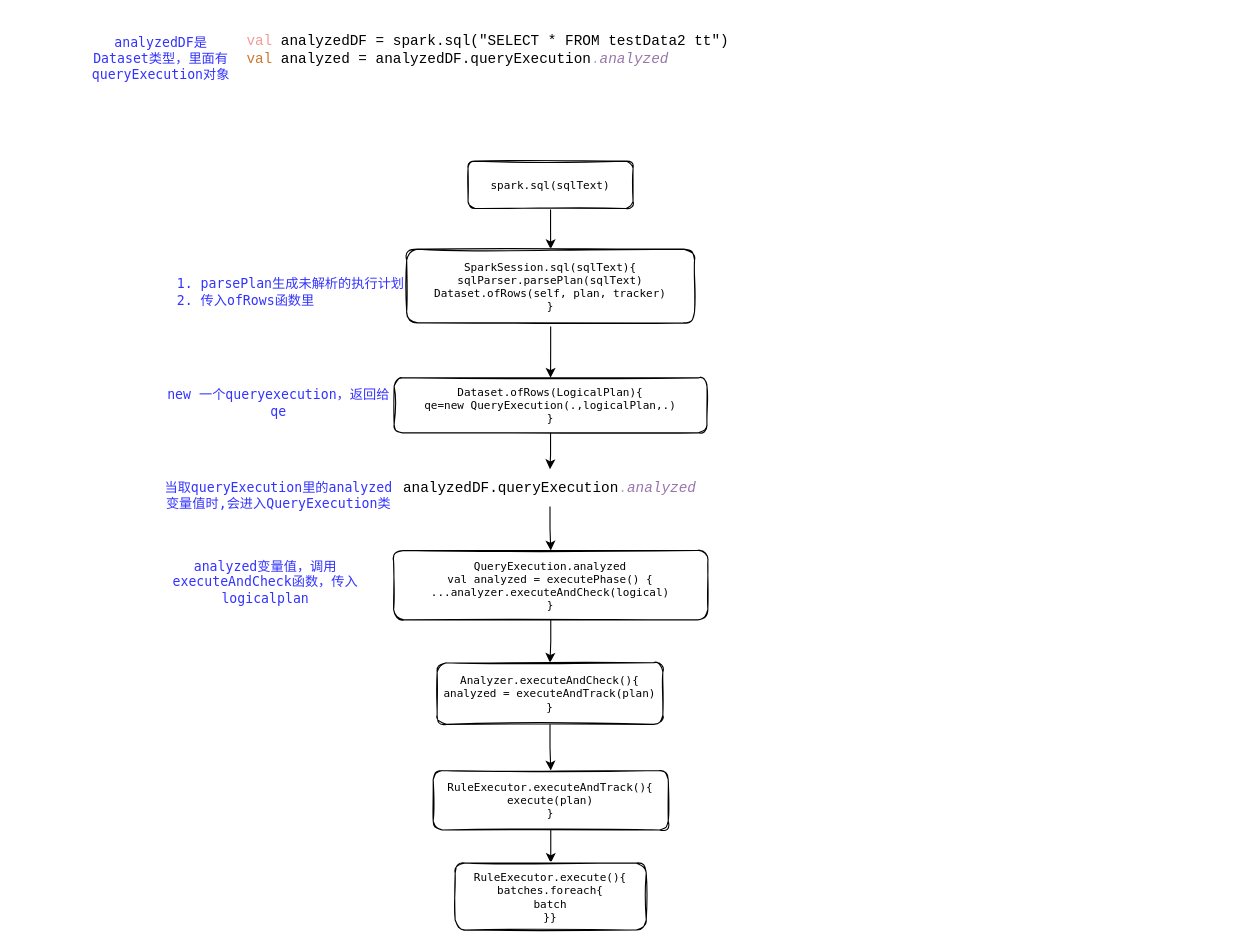
Before: analyzed_logical_plan/analyzed_queryexecution.drawio in kirito1015/spark_source.sql, a draw.io diagram. Source tidied: cells renumbered, new cells numbered last; positions are measured from the earlier drawing's top-left corner, leaving out a move shared by most shapes. Both pictures are drawn from the tidied source at 110%, with x=0, y=0 at pixel (90, 24).
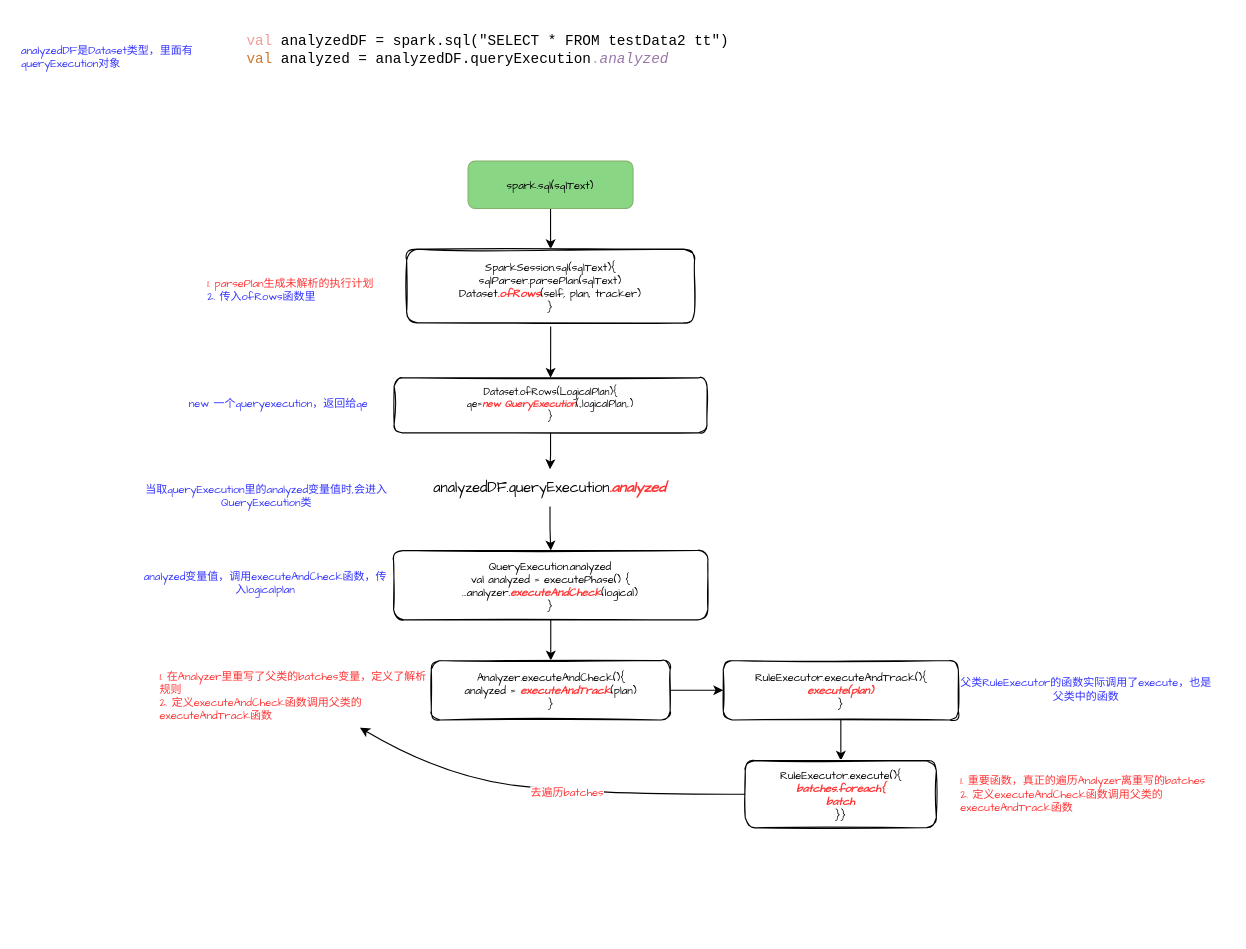
Above is the later version.

Change to the diagram source:
```diff
@@
-    <mxCell id="3" style="edgeStyle=orthogonalEdgeStyle;rounded=0;jettySize=auto;html=1;fontFamily=Helvetica;fontSize=12;fontColor=default;" parent="1" edge="1" source="4" target="6">
+    <mxCell id="3" style="edgeStyle=orthogonalEdgeStyle;rounded=0;jettySize=auto;html=1;fontFamily=Comic Sans MS;fontSize=12;fontColor=default;" parent="1" edge="1" source="4" target="6">
       <mxGeometry relative="1" as="geometry" />
     </mxCell>
-    <mxCell id="4" value="spark.sql(sqlText)" style="rounded=1;sketch=1;glass=0;shadow=0;fontColor=default;labelBackgroundColor=none;fontFamily=jetbrains mono&quot;, monospace;fontSize=10;html=1;whiteSpace=wrap;" parent="1" vertex="1">
+    <mxCell id="4" value="spark.sql(sqlText)" style="rounded=1;sketch=0;glass=0;shadow=0;labelBackgroundColor=none;fontFamily=Comic Sans MS;fontSize=10;html=1;whiteSpace=wrap;fillColor=#89D685;strokeColor=#82b366;" parent="1" vertex="1">
       <mxGeometry x="343" y="124" width="150" height="43" as="geometry" />
     </mxCell>
-    <mxCell id="5" style="edgeStyle=orthogonalEdgeStyle;rounded=0;jettySize=auto;html=1;fontFamily=jetbrains mono&quot;, monospace;fontSize=12;fontColor=default;" parent="1" edge="1" source="6" target="8">
+    <mxCell id="5" style="edgeStyle=orthogonalEdgeStyle;rounded=0;jettySize=auto;html=1;fontFamily=Comic Sans MS;fontSize=12;fontColor=default;" parent="1" edge="1" source="6" target="8">
       <mxGeometry relative="1" as="geometry" />
     </mxCell>
-    <mxCell id="6" value="SparkSession.sql(sqlText){&lt;br&gt;sqlParser.parsePlan(sqlText)&lt;br&gt;Dataset.ofRows(self, plan, tracker)&lt;br&gt;}" style="rounded=1;sketch=1;glass=0;shadow=0;fontFamily=jetbrains mono&quot;, monospace;fontSize=10;spacing=0;verticalAlign=middle;fontColor=default;labelBackgroundColor=none;html=1;whiteSpace=wrap;" parent="1" vertex="1">
+    <mxCell id="6" value="SparkSession.sql(sqlText){&lt;br&gt;sqlParser.parsePlan(sqlText)&lt;br&gt;Dataset&lt;font color=&quot;#ff3333&quot;&gt;&lt;i&gt;&lt;b&gt;.ofRows&lt;/b&gt;&lt;/i&gt;&lt;/font&gt;(self, plan, tracker)&lt;br&gt;}" style="rounded=1;sketch=1;glass=0;shadow=0;fontFamily=Comic Sans MS;fontSize=10;spacing=0;verticalAlign=middle;fontColor=default;labelBackgroundColor=none;html=1;whiteSpace=wrap;" parent="1" vertex="1">
       <mxGeometry x="287.2" y="204" width="261.7" height="67" as="geometry" />
     </mxCell>
-    <mxCell id="7" style="edgeStyle=orthogonalEdgeStyle;rounded=0;jettySize=auto;html=1;fontFamily=jetbrains mono&quot;, monospace;fontSize=12;fontColor=#3333FF;" parent="1" edge="1" source="8" target="13">
+    <mxCell id="7" style="edgeStyle=orthogonalEdgeStyle;rounded=0;jettySize=auto;html=1;fontFamily=Comic Sans MS;fontSize=12;fontColor=#3333FF;" parent="1" edge="1" source="8" target="13">
       <mxGeometry relative="1" as="geometry" />
     </mxCell>
-    <mxCell id="8" value="Dataset.ofRows(LogicalPlan){&lt;br&gt;qe=new QueryExecution(.,logicalPlan,.)&lt;br&gt;}" style="rounded=1;sketch=1;glass=0;shadow=0;fontFamily=jetbrains mono&quot;, monospace;fontSize=10;spacing=0;verticalAlign=middle;fontColor=default;labelBackgroundColor=none;html=1;whiteSpace=wrap;" parent="1" vertex="1">
+    <mxCell id="8" value="Dataset.ofRows(LogicalPlan){&lt;br style=&quot;font-size: 9px;&quot;&gt;qe=&lt;font color=&quot;#ff3333&quot; style=&quot;font-size: 9px;&quot;&gt;&lt;b style=&quot;font-size: 9px;&quot;&gt;&lt;i style=&quot;font-size: 9px;&quot;&gt;new QueryExecution&lt;/i&gt;&lt;/b&gt;&lt;/font&gt;(.,logicalPlan,.)&lt;br style=&quot;font-size: 9px;&quot;&gt;}" style="rounded=1;sketch=1;glass=0;shadow=0;fontFamily=Comic Sans MS;fontSize=9;spacing=0;verticalAlign=middle;fontColor=default;labelBackgroundColor=none;html=1;whiteSpace=wrap;" parent="1" vertex="1">
       <mxGeometry x="275.8" y="321" width="284.4" height="50" as="geometry" />
     </mxCell>
-    <mxCell id="9" value="analyzedDF是Dataset类型，里面有queryExecution对象" style="text;html=1;strokeColor=none;fillColor=none;align=center;verticalAlign=middle;whiteSpace=wrap;rounded=0;shadow=0;glass=0;labelBackgroundColor=none;sketch=1;fontFamily=jetbrains mono&quot;, monospace;fontSize=12;fontColor=#3333FF;" parent="1" vertex="1">
-      <mxGeometry width="128" height="61" as="geometry" />
+    <mxCell id="9" value="analyzedDF是Dataset类型，里面有queryExecution对象&lt;font color=&quot;#ff3333&quot; style=&quot;font-size: 10px&quot;&gt;&lt;br&gt;&lt;/font&gt;" style="text;html=1;strokeColor=none;fillColor=none;align=left;verticalAlign=middle;whiteSpace=wrap;rounded=0;shadow=0;glass=0;labelBackgroundColor=none;sketch=1;fontFamily=Comic Sans MS;fontSize=10;fontColor=#3333FF;" parent="1" vertex="1">
+      <mxGeometry x="-65" y="8" width="205" height="42" as="geometry" />
     </mxCell>
-    <mxCell id="10" value="1. parsePlan生成未解析的执行计划&lt;br&gt;&lt;div style=&quot;text-align: left&quot;&gt;&lt;span style=&quot;font-family: , &amp;#34;blinkmacsystemfont&amp;#34; , &amp;#34;segoe ui variable&amp;#34; , &amp;#34;segoe ui&amp;#34; , , , &amp;#34;helvetica&amp;#34; , &amp;#34;arial&amp;#34; , sans-serif , &amp;#34;apple color emoji&amp;#34; , &amp;#34;segoe ui emoji&amp;#34;&quot;&gt;2. 传入ofRows函数里&lt;/span&gt;&lt;/div&gt;" style="text;html=1;strokeColor=none;fillColor=none;align=center;verticalAlign=middle;whiteSpace=wrap;rounded=0;shadow=0;glass=0;labelBackgroundColor=none;sketch=1;fontFamily=jetbrains mono&quot;, monospace;fontSize=12;fontColor=#3333FF;" parent="1" vertex="1">
-      <mxGeometry x="77.2" y="212" width="210" height="61" as="geometry" />
+    <mxCell id="10" value="&lt;font color=&quot;#ff3333&quot; style=&quot;font-size: 10px;&quot;&gt;1. parsePlan生成未解析的执行计划&lt;/font&gt;&lt;br style=&quot;font-size: 10px;&quot;&gt;&lt;div style=&quot;text-align: left; font-size: 10px;&quot;&gt;&lt;span style=&quot;font-size: 10px;&quot;&gt;2. 传入ofRows函数里&lt;/span&gt;&lt;/div&gt;" style="text;html=1;strokeColor=none;fillColor=none;align=center;verticalAlign=middle;whiteSpace=wrap;rounded=0;shadow=0;glass=0;labelBackgroundColor=none;sketch=1;fontFamily=Comic Sans MS;fontSize=10;fontColor=#3333FF;" parent="1" vertex="1">
+      <mxGeometry x="77.2" y="210" width="210" height="61" as="geometry" />
     </mxCell>
-    <mxCell id="11" value="new 一个queryexecution，返回给qe" style="text;html=1;strokeColor=none;fillColor=none;align=center;verticalAlign=middle;whiteSpace=wrap;rounded=0;shadow=0;glass=0;labelBackgroundColor=none;sketch=1;fontFamily=jetbrains mono&quot;, monospace;fontSize=12;fontColor=#3333FF;" parent="1" vertex="1">
+    <mxCell id="11" value="new 一个queryexecution，返回给qe" style="text;html=1;strokeColor=none;fillColor=none;align=center;verticalAlign=middle;whiteSpace=wrap;rounded=0;shadow=0;glass=0;labelBackgroundColor=none;sketch=1;fontFamily=Comic Sans MS;fontSize=10;fontColor=#3333FF;" parent="1" vertex="1">
       <mxGeometry x="65.8" y="313" width="210" height="61" as="geometry" />
     </mxCell>
-    <mxCell id="12" style="edgeStyle=orthogonalEdgeStyle;rounded=0;jettySize=auto;html=1;fontFamily=jetbrains mono&quot;, monospace;fontSize=12;fontColor=#3333FF;" parent="1" edge="1" source="13" target="16">
+    <mxCell id="12" style="edgeStyle=orthogonalEdgeStyle;rounded=0;jettySize=auto;html=1;fontFamily=Comic Sans MS;fontSize=12;fontColor=#3333FF;" parent="1" edge="1" source="13" target="16">
       <mxGeometry relative="1" as="geometry" />
     </mxCell>
-    <mxCell id="13" value="&lt;pre style=&quot;color: rgb(0 , 0 , 0) ; text-align: left ; font-size: 9.8pt&quot;&gt;analyzedDF.queryExecution&lt;span style=&quot;color: rgb(169 , 183 , 198)&quot;&gt;.&lt;span style=&quot;color: rgb(152 , 118 , 170) ; font-style: italic&quot;&gt;analyzed&lt;/span&gt;&lt;/span&gt;&lt;/pre&gt;" style="text;html=1;strokeColor=none;fillColor=none;align=center;verticalAlign=middle;whiteSpace=wrap;rounded=0;shadow=0;glass=0;labelBackgroundColor=none;sketch=1;fontFamily=jetbrains mono&quot;, monospace;fontSize=12;fontColor=#3333FF;" parent="1" vertex="1">
+    <mxCell id="13" value="&lt;div style=&quot;text-align: left ; font-size: 9.8pt&quot;&gt;&lt;font color=&quot;#000000&quot;&gt;analyzedDF.queryExecution&lt;/font&gt;&lt;font color=&quot;#ff3333&quot;&gt;&lt;b&gt;.&lt;span style=&quot;font-style: italic&quot;&gt;analyzed&lt;/span&gt;&lt;/b&gt;&lt;/font&gt;&lt;/div&gt;" style="text;html=1;strokeColor=none;fillColor=none;align=center;verticalAlign=middle;whiteSpace=wrap;rounded=0;shadow=0;glass=0;labelBackgroundColor=none;sketch=1;fontFamily=Comic Sans MS;fontSize=12;fontColor=#3333FF;" parent="1" vertex="1">
       <mxGeometry x="246" y="404" width="343" height="34" as="geometry" />
     </mxCell>
-    <mxCell id="14" value="当取queryExecution里的analyzed变量值时,会进入QueryExecution类" style="text;html=1;strokeColor=none;fillColor=none;align=center;verticalAlign=middle;whiteSpace=wrap;rounded=0;shadow=0;glass=0;labelBackgroundColor=none;sketch=1;fontFamily=jetbrains mono&quot;, monospace;fontSize=12;fontColor=#3333FF;" parent="1" vertex="1">
-      <mxGeometry x="65.8" y="397" width="210" height="61" as="geometry" />
+    <mxCell id="14" value="当取queryExecution里的analyzed变量值时,会进入QueryExecution类" style="text;html=1;strokeColor=none;fillColor=none;align=center;verticalAlign=middle;whiteSpace=wrap;rounded=0;shadow=0;glass=0;labelBackgroundColor=none;sketch=1;fontFamily=Comic Sans MS;fontSize=10;fontColor=#3333FF;" parent="1" vertex="1">
+      <mxGeometry x="44" y="397" width="231.8" height="61" as="geometry" />
     </mxCell>
-    <mxCell id="15" style="edgeStyle=orthogonalEdgeStyle;rounded=0;jettySize=auto;html=1;fontFamily=jetbrains mono&quot;, monospace;fontSize=10;fontColor=#3333FF;" parent="1" edge="1" source="16" target="19">
+    <mxCell id="15" style="edgeStyle=orthogonalEdgeStyle;rounded=0;jettySize=auto;html=1;fontFamily=Comic Sans MS;fontSize=10;fontColor=#3333FF;" parent="1" edge="1" source="16" target="19">
       <mxGeometry relative="1" as="geometry" />
     </mxCell>
-    <mxCell id="16" value="QueryExecution.analyzed&lt;br&gt;val analyzed = executePhase() {&lt;br&gt;...analyzer.executeAndCheck(logical)&lt;br&gt;}" style="rounded=1;sketch=1;glass=0;shadow=0;fontFamily=jetbrains mono&quot;, monospace;fontSize=10;spacing=0;verticalAlign=middle;fontColor=default;labelBackgroundColor=none;html=1;whiteSpace=wrap;" parent="1" vertex="1">
+    <mxCell id="16" value="QueryExecution.analyzed&lt;br&gt;val analyzed = executePhase() {&lt;br&gt;...analyzer&lt;b&gt;&lt;i&gt;&lt;font color=&quot;#ff3333&quot;&gt;.&lt;/font&gt;&lt;/i&gt;&lt;/b&gt;&lt;font color=&quot;#ff3333&quot;&gt;&lt;i&gt;&lt;b&gt;executeAndCheck&lt;/b&gt;&lt;/i&gt;&lt;/font&gt;(logical)&lt;br&gt;}" style="rounded=1;sketch=1;glass=0;shadow=0;fontFamily=Comic Sans MS;fontSize=10;spacing=0;verticalAlign=middle;fontColor=default;labelBackgroundColor=none;html=1;whiteSpace=wrap;" parent="1" vertex="1">
       <mxGeometry x="275.3" y="478" width="285.7" height="63" as="geometry" />
     </mxCell>
-    <mxCell id="17" value="analyzed变量值，调用executeAndCheck函数，传入logicalplan" style="text;html=1;strokeColor=none;fillColor=none;align=center;verticalAlign=middle;whiteSpace=wrap;rounded=0;shadow=0;glass=0;labelBackgroundColor=none;sketch=1;fontFamily=jetbrains mono&quot;, monospace;fontSize=12;fontColor=#3333FF;" parent="1" vertex="1">
+    <mxCell id="17" value="analyzed变量值，&lt;font style=&quot;font-size: 10px;&quot;&gt;调用executeAndCheck函数&lt;/font&gt;，传入logicalplan" style="text;html=1;strokeColor=none;fillColor=none;align=center;verticalAlign=middle;whiteSpace=wrap;rounded=0;shadow=0;glass=0;labelBackgroundColor=none;sketch=1;fontFamily=Comic Sans MS;fontSize=10;fontColor=#3333FF;" parent="1" vertex="1">
       <mxGeometry x="43" y="478" width="232.3" height="57" as="geometry" />
     </mxCell>
-    <mxCell id="18" style="edgeStyle=orthogonalEdgeStyle;rounded=0;jettySize=auto;html=1;fontFamily=jetbrains mono&quot;, monospace;fontSize=10;fontColor=#3333FF;" parent="1" edge="1" source="19" target="21">
+    <mxCell id="18" style="edgeStyle=orthogonalEdgeStyle;rounded=0;jettySize=auto;html=1;fontFamily=Comic Sans MS;fontSize=10;fontColor=#3333FF;" parent="1" edge="1" source="19" target="21">
       <mxGeometry relative="1" as="geometry" />
     </mxCell>
-    <mxCell id="19" value="Analyzer.executeAndCheck(){&lt;br&gt;analyzed = executeAndTrack(plan)&lt;br&gt;}" style="rounded=1;sketch=1;glass=0;shadow=0;fontFamily=jetbrains mono&quot;, monospace;fontSize=10;spacing=0;verticalAlign=middle;fontColor=default;labelBackgroundColor=none;html=1;whiteSpace=wrap;" parent="1" vertex="1">
-      <mxGeometry x="314.9" y="580" width="205.2" height="56" as="geometry" />
+    <mxCell id="19" value="Analyzer.executeAndCheck(){&lt;br&gt;analyzed = &lt;b&gt;&lt;i&gt;&lt;font color=&quot;#ff3333&quot;&gt;executeAndTrack&lt;/font&gt;&lt;/i&gt;&lt;/b&gt;(plan)&lt;br&gt;}" style="rounded=1;sketch=1;glass=0;shadow=0;fontFamily=Comic Sans MS;fontSize=10;spacing=0;verticalAlign=middle;fontColor=default;labelBackgroundColor=none;html=1;whiteSpace=wrap;" parent="1" vertex="1">
+      <mxGeometry x="309.6" y="578" width="217.1" height="54" as="geometry" />
     </mxCell>
-    <mxCell id="20" style="edgeStyle=orthogonalEdgeStyle;rounded=0;jettySize=auto;html=1;fontFamily=jetbrains mono&quot;, monospace;fontSize=10;fontColor=#3333FF;" parent="1" edge="1" source="21" target="22">
+    <mxCell id="20" style="edgeStyle=orthogonalEdgeStyle;rounded=0;jettySize=auto;html=1;fontFamily=Comic Sans MS;fontSize=10;fontColor=#3333FF;" parent="1" edge="1" source="21" target="22">
       <mxGeometry relative="1" as="geometry" />
     </mxCell>
-    <mxCell id="21" value="RuleExecutor.executeAndTrack(){&lt;br&gt;execute(plan)&lt;br&gt;}" style="rounded=1;sketch=1;glass=0;shadow=0;fontFamily=jetbrains mono&quot;, monospace;fontSize=10;spacing=0;verticalAlign=middle;fontColor=default;labelBackgroundColor=none;html=1;whiteSpace=wrap;" parent="1" vertex="1">
-      <mxGeometry x="311.3" y="678" width="213.7" height="54" as="geometry" />
+    <mxCell id="21" value="RuleExecutor.executeAndTrack(){&lt;br&gt;&lt;b&gt;&lt;i&gt;&lt;font color=&quot;#ff3333&quot;&gt;execute(plan)&lt;/font&gt;&lt;/i&gt;&lt;/b&gt;&lt;br&gt;}" style="rounded=1;sketch=1;glass=0;shadow=0;fontFamily=Comic Sans MS;fontSize=10;spacing=0;verticalAlign=middle;fontColor=default;labelBackgroundColor=none;html=1;whiteSpace=wrap;" parent="1" vertex="1">
+      <mxGeometry x="575" y="578" width="213.7" height="54" as="geometry" />
     </mxCell>
-    <mxCell id="22" value="RuleExecutor.execute(){&lt;br&gt;batches.foreach{&lt;br&gt;batch&lt;br&gt;}}" style="rounded=1;sketch=1;glass=0;shadow=0;fontFamily=jetbrains mono&quot;, monospace;fontSize=10;spacing=0;verticalAlign=middle;fontColor=default;labelBackgroundColor=none;html=1;whiteSpace=wrap;" parent="1" vertex="1">
-      <mxGeometry x="331.3" y="762" width="173.7" height="61" as="geometry" />
+    <mxCell id="22" value="RuleExecutor.execute(){&lt;br&gt;&lt;b&gt;&lt;i&gt;&lt;font color=&quot;#ff3333&quot;&gt;batches.foreach{&lt;br&gt;batch&lt;/font&gt;&lt;/i&gt;&lt;/b&gt;&lt;br&gt;}}" style="rounded=1;sketch=1;glass=0;shadow=0;fontFamily=Comic Sans MS;fontSize=10;spacing=0;verticalAlign=middle;fontColor=default;labelBackgroundColor=none;html=1;whiteSpace=wrap;" parent="1" vertex="1">
+      <mxGeometry x="595" y="669" width="173.7" height="61" as="geometry" />
     </mxCell>
+    <mxCell id="23" value="&lt;font style=&quot;font-size: 10px;&quot;&gt;1. 在Analyzer里重写了父类的&lt;/font&gt;&lt;span style=&quot;font-size: 10px;&quot;&gt;&lt;font style=&quot;font-size: 10px;&quot;&gt;batches变量，定义了解析规则&lt;br style=&quot;font-size: 10px;&quot;&gt;2. 定义executeAndCheck函数调用父类的executeAndTrack函数&lt;/font&gt;&lt;br style=&quot;font-size: 10px;&quot;&gt;&lt;/span&gt;" style="text;html=1;strokeColor=none;fillColor=none;align=left;verticalAlign=middle;whiteSpace=wrap;rounded=0;shadow=0;glass=0;labelBackgroundColor=none;sketch=1;fontFamily=Comic Sans MS;fontSize=10;fontColor=#FF3333;" parent="1" vertex="1">
+      <mxGeometry x="61" y="580" width="245" height="59" as="geometry" />
+    </mxCell>
+    <mxCell id="24" value="父类RuleExecutor的函数实际调用了execute，也是父类中的函数" style="text;html=1;strokeColor=none;fillColor=none;align=center;verticalAlign=middle;whiteSpace=wrap;rounded=0;shadow=0;glass=0;labelBackgroundColor=none;sketch=1;fontFamily=Comic Sans MS;fontSize=10;fontColor=#3333FF;" parent="1" vertex="1">
+      <mxGeometry x="788.7" y="575" width="232.3" height="57" as="geometry" />
+    </mxCell>
+    <mxCell id="25" value="&lt;font style=&quot;font-size: 10px&quot;&gt;1. 重要函数，真正的遍历Analyzer离重写的batches&lt;br&gt;&lt;/font&gt;&lt;span style=&quot;font-size: 10px&quot;&gt;&lt;font style=&quot;font-size: 10px&quot;&gt;2. 定义executeAndCheck函数调用父类的executeAndTrack函数&lt;/font&gt;&lt;br style=&quot;font-size: 10px&quot;&gt;&lt;/span&gt;" style="text;html=1;strokeColor=none;fillColor=none;align=left;verticalAlign=middle;whiteSpace=wrap;rounded=0;shadow=0;glass=0;labelBackgroundColor=none;sketch=1;fontFamily=Comic Sans MS;fontSize=10;fontColor=#FF3333;" parent="1" vertex="1">
+      <mxGeometry x="788.7" y="669" width="245" height="59" as="geometry" />
+    </mxCell>
+    <mxCell id="26" style="curved=1;endArrow=classic;html=1;rounded=0;fontFamily=Comic Sans MS;fontSize=10;fontColor=#FF3333;entryX=0.75;entryY=1;entryDx=0;entryDy=0;exitX=0;exitY=0.5;exitDx=0;exitDy=0;" parent="1" edge="1" source="22" target="23">
+      <mxGeometry relative="1" as="geometry">
+        <Array as="points">
+          <mxPoint x="452" y="700" />
+          <mxPoint x="319" y="683" />
+        </Array>
+      </mxGeometry>
+    </mxCell>
+    <mxCell id="27" value="去遍历batches" style="edgeLabel;html=1;align=center;verticalAlign=middle;fontSize=10;fontFamily=Comic Sans MS;fontColor=#FF3333;" parent="26" vertex="1">
+      <mxGeometry x="-0.1" y="-1" relative="1" as="geometry">
+        <mxPoint x="1" y="1" as="offset" />
+      </mxGeometry>
+    </mxCell>
```
